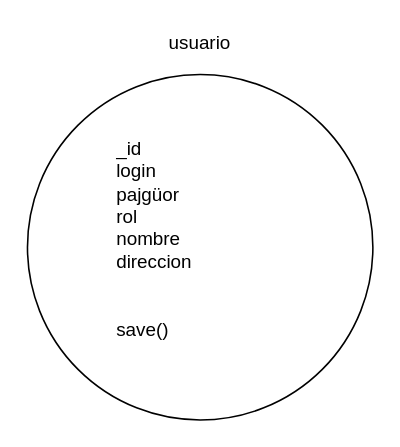
Above: page "Página-54" (54 of 54) of Dibujillos.drawio in lrag/MEAN_2021 (draw.io), before the change. Source tidied: cells renumbered, new cells numbered last; positions are measured from the earlier drawing's top-left corner, leaving out a move shared by most shapes. Both pictures are drawn from the tidied source at 157%, with x=0, y=0 at pixel (27, 27).
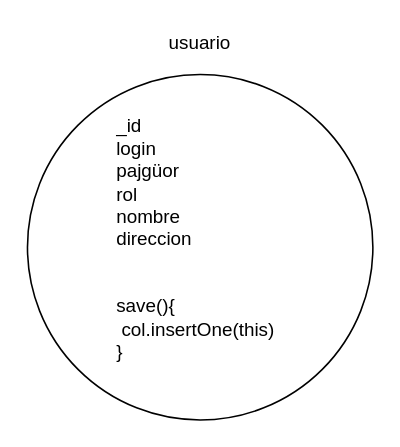
Above is the later version.

Change to the diagram source:
```diff
@@
 <mxGraphModel>
   <root>
     <mxCell id="0" />
     <mxCell id="1" parent="0" />
     <mxCell id="2" style="ellipse;whiteSpace=wrap;html=1;fillColor=none;" parent="1" vertex="1">
       <mxGeometry y="30" width="220" height="220" as="geometry" />
     </mxCell>
-    <mxCell id="3" value="_id&lt;br&gt;login&lt;br&gt;pajgüor&lt;br&gt;rol&lt;br&gt;nombre&lt;br&gt;direccion&lt;br&gt;&lt;br&gt;&lt;br&gt;save()" style="text;html=1;strokeColor=none;fillColor=none;align=left;verticalAlign=middle;whiteSpace=wrap;rounded=0;" parent="1" vertex="1">
+    <mxCell id="3" value="_id&lt;br&gt;login&lt;br&gt;pajgüor&lt;br&gt;rol&lt;br&gt;nombre&lt;br&gt;direccion&lt;br&gt;&lt;br&gt;&lt;br&gt;save(){&lt;br&gt;&amp;nbsp;col.insertOne(this)&lt;br&gt;}" style="text;html=1;strokeColor=none;fillColor=none;align=left;verticalAlign=middle;whiteSpace=wrap;rounded=0;" parent="1" vertex="1">
       <mxGeometry x="55" y="50" width="110" height="170" as="geometry" />
     </mxCell>
     <mxCell id="4" value="usuario" style="text;html=1;strokeColor=none;fillColor=none;align=center;verticalAlign=middle;whiteSpace=wrap;rounded=0;" parent="1" vertex="1">
       <mxGeometry x="90" width="40" height="20" as="geometry" />
     </mxCell>
   </root>
 </mxGraphModel>
```
